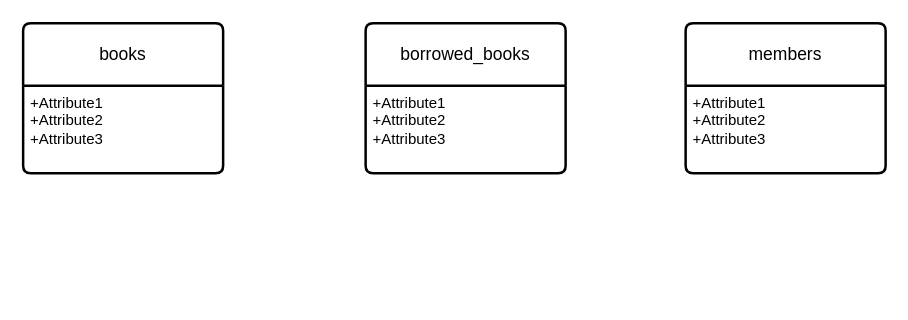
This is Ανώνυμο διάγραμμα.drawio from elk15/Library-Management-System, a draw.io file, before an edit. Source tidied: cells renumbered, new cells numbered last; positions are measured from the earlier drawing's top-left corner, leaving out a move shared by most shapes. Both pictures are drawn from the tidied source at 125%, with x=0, y=0 at pixel (22, 22).
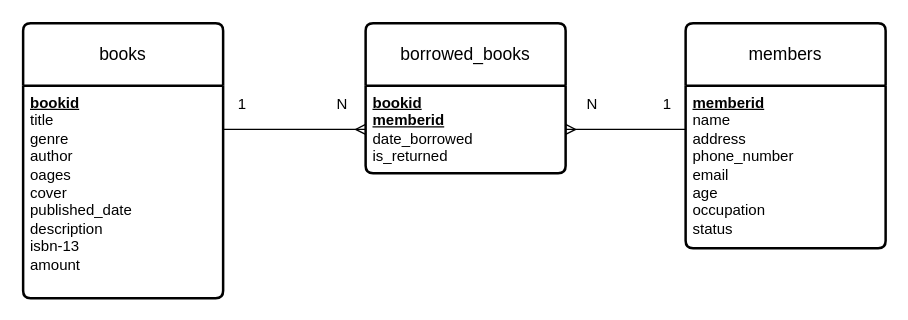
The same diagram, later.

Diff of the diagram source:
```diff
@@
 <mxGraphModel>
   <root>
     <mxCell id="0" />
     <mxCell id="1" parent="0" />
     <mxCell id="2" value="books" style="swimlane;horizontal=1;startSize=50;rounded=1;fontSize=14;fontStyle=0;strokeWidth=2;shadow=0;dashed=0;align=center;arcSize=4;whiteSpace=wrap;html=1;" parent="1" vertex="1">
-      <mxGeometry width="160" height="120" as="geometry" />
+      <mxGeometry width="160" height="220" as="geometry" />
     </mxCell>
-    <mxCell id="3" value="+Attribute1&#10;+Attribute2&#10;+Attribute3" style="align=left;strokeColor=none;fillColor=none;spacingLeft=4;fontSize=12;verticalAlign=top;html=1;" parent="2" vertex="1">
-      <mxGeometry y="50" width="160" height="70" as="geometry" />
+    <mxCell id="3" value="&lt;div&gt;&lt;u&gt;&lt;b&gt;bookid&lt;/b&gt;&lt;br&gt;&lt;/u&gt;&lt;/div&gt;&lt;div&gt;title&lt;/div&gt;&lt;div&gt;genre&lt;/div&gt;&lt;div&gt;author&lt;/div&gt;&lt;div&gt;oages&lt;/div&gt;&lt;div&gt;cover&lt;/div&gt;&lt;div&gt;published_date&lt;/div&gt;&lt;div&gt;description&lt;/div&gt;&lt;div&gt;isbn-13&lt;/div&gt;&lt;div&gt;amount&lt;br&gt;&lt;/div&gt;" style="align=left;strokeColor=none;fillColor=none;spacingLeft=4;fontSize=12;verticalAlign=top;html=1;" parent="2" vertex="1">
+      <mxGeometry y="50" width="160" height="170" as="geometry" />
     </mxCell>
     <mxCell id="4" value="borrowed_books" style="swimlane;horizontal=1;startSize=50;rounded=1;fontSize=14;fontStyle=0;strokeWidth=2;shadow=0;dashed=0;align=center;arcSize=4;whiteSpace=wrap;html=1;" parent="1" vertex="1">
       <mxGeometry x="274" width="160" height="120" as="geometry" />
     </mxCell>
-    <mxCell id="5" value="+Attribute1&#10;+Attribute2&#10;+Attribute3" style="align=left;strokeColor=none;fillColor=none;spacingLeft=4;fontSize=12;verticalAlign=top;html=1;" parent="4" vertex="1">
+    <mxCell id="5" value="&lt;div&gt;&lt;u&gt;&lt;b&gt;bookid&lt;/b&gt;&lt;br&gt;&lt;/u&gt;&lt;/div&gt;&lt;div&gt;&lt;u&gt;&lt;b&gt;memberid&lt;/b&gt;&lt;/u&gt;&lt;u&gt;&lt;/u&gt;&lt;/div&gt;&lt;div&gt;date_borrowed&lt;/div&gt;&lt;div&gt;is_returned&lt;br&gt;&lt;/div&gt;&lt;div&gt;&lt;br&gt;&lt;/div&gt;" style="align=left;strokeColor=none;fillColor=none;spacingLeft=4;fontSize=12;verticalAlign=top;html=1;" parent="4" vertex="1">
       <mxGeometry y="50" width="160" height="70" as="geometry" />
     </mxCell>
     <mxCell id="6" value="members" style="swimlane;horizontal=1;startSize=50;rounded=1;fontSize=14;fontStyle=0;strokeWidth=2;shadow=0;dashed=0;align=center;arcSize=4;whiteSpace=wrap;html=1;" parent="1" vertex="1">
-      <mxGeometry x="530" width="160" height="120" as="geometry" />
+      <mxGeometry x="530" width="160" height="180" as="geometry" />
     </mxCell>
-    <mxCell id="7" value="+Attribute1&#10;+Attribute2&#10;+Attribute3" style="align=left;strokeColor=none;fillColor=none;spacingLeft=4;fontSize=12;verticalAlign=top;html=1;" parent="6" vertex="1">
-      <mxGeometry y="50" width="160" height="70" as="geometry" />
+    <mxCell id="7" value="&lt;u&gt;&lt;b&gt;memberid&lt;/b&gt;&lt;/u&gt;&lt;br&gt;name&lt;br&gt;&lt;div&gt;address&lt;/div&gt;&lt;div&gt;phone_number&lt;/div&gt;&lt;div&gt;email&lt;/div&gt;&lt;div&gt;age&lt;/div&gt;&lt;div&gt;occupation&lt;/div&gt;&lt;div&gt;status&lt;br&gt;&lt;/div&gt;" style="align=left;strokeColor=none;fillColor=none;spacingLeft=4;fontSize=12;verticalAlign=top;html=1;" parent="6" vertex="1">
+      <mxGeometry y="50" width="160" height="130" as="geometry" />
     </mxCell>
+    <mxCell id="8" style="edgeStyle=orthogonalEdgeStyle;rounded=0;jettySize=auto;html=1;entryX=0;entryY=0.5;entryDx=0;entryDy=0;endArrow=ERmany;endFill=0;" parent="1" edge="1" source="3" target="5">
+      <mxGeometry relative="1" as="geometry">
+        <Array as="points">
+          <mxPoint x="200" y="85" />
+          <mxPoint x="200" y="85" />
+        </Array>
+      </mxGeometry>
+    </mxCell>
+    <mxCell id="9" style="edgeStyle=orthogonalEdgeStyle;rounded=0;jettySize=auto;html=1;entryX=1;entryY=0.5;entryDx=0;entryDy=0;endArrow=ERmany;endFill=0;" parent="1" edge="1" source="7" target="5">
+      <mxGeometry relative="1" as="geometry">
+        <Array as="points">
+          <mxPoint x="510" y="85" />
+          <mxPoint x="510" y="85" />
+        </Array>
+      </mxGeometry>
+    </mxCell>
+    <mxCell id="10" value="1" style="text;html=1;align=center;verticalAlign=middle;strokeColor=none;fillColor=none;" parent="1" vertex="1">
+      <mxGeometry x="160" y="50" width="30" height="30" as="geometry" />
+    </mxCell>
+    <mxCell id="11" value="N" style="text;html=1;align=center;verticalAlign=middle;strokeColor=none;fillColor=none;" parent="1" vertex="1">
+      <mxGeometry x="240" y="50" width="30" height="30" as="geometry" />
+    </mxCell>
+    <mxCell id="12" value="N" style="text;html=1;align=center;verticalAlign=middle;strokeColor=none;fillColor=none;" parent="1" vertex="1">
+      <mxGeometry x="440" y="50" width="30" height="30" as="geometry" />
+    </mxCell>
+    <mxCell id="13" value="1" style="text;html=1;align=center;verticalAlign=middle;strokeColor=none;fillColor=none;" parent="1" vertex="1">
+      <mxGeometry x="500" y="50" width="30" height="30" as="geometry" />
+    </mxCell>
   </root>
 </mxGraphModel>
```
